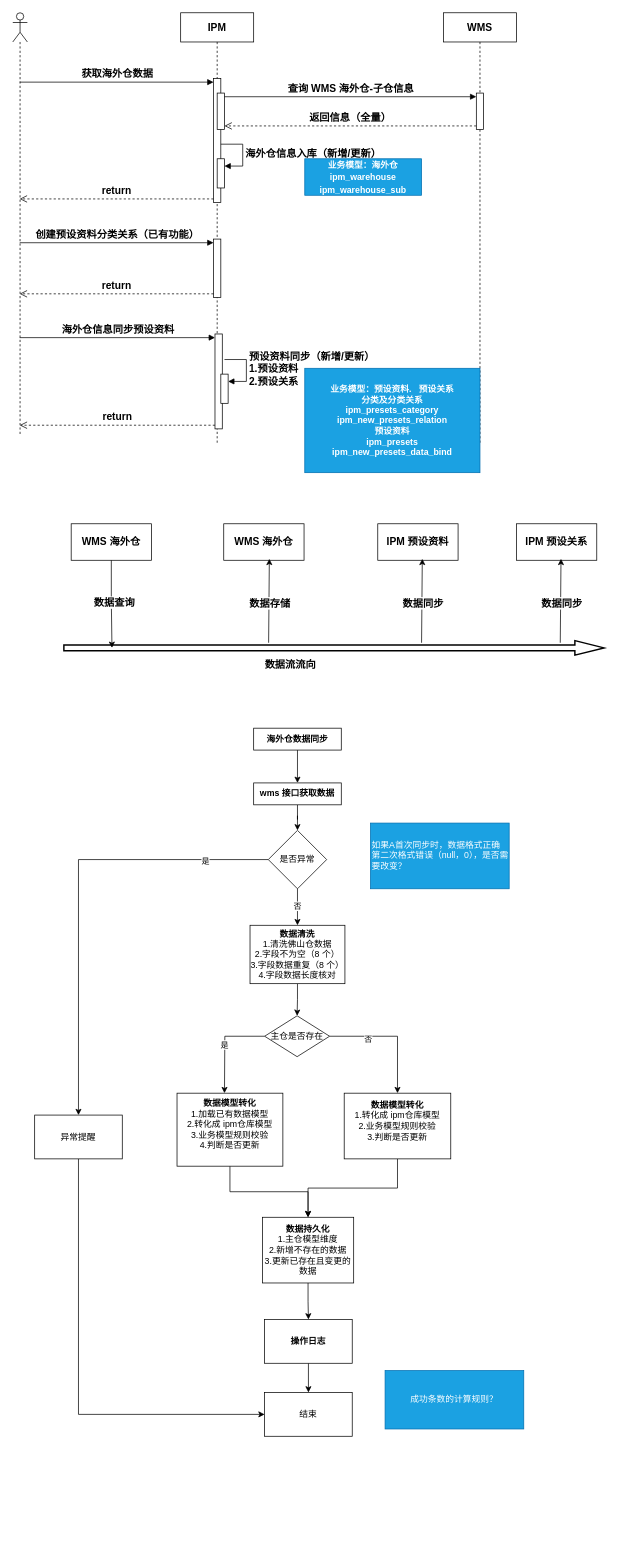
Msimplehub/abbysun keeps this draw.io diagram as shein/海外仓计划.drawio. Above is the earlier version. Source tidied: cells renumbered, new cells numbered last; positions are measured from the earlier drawing's top-left corner, leaving out a move shared by most shapes. Both pictures are drawn from the tidied source at 73%, with x=0, y=0 at pixel (12, 12).
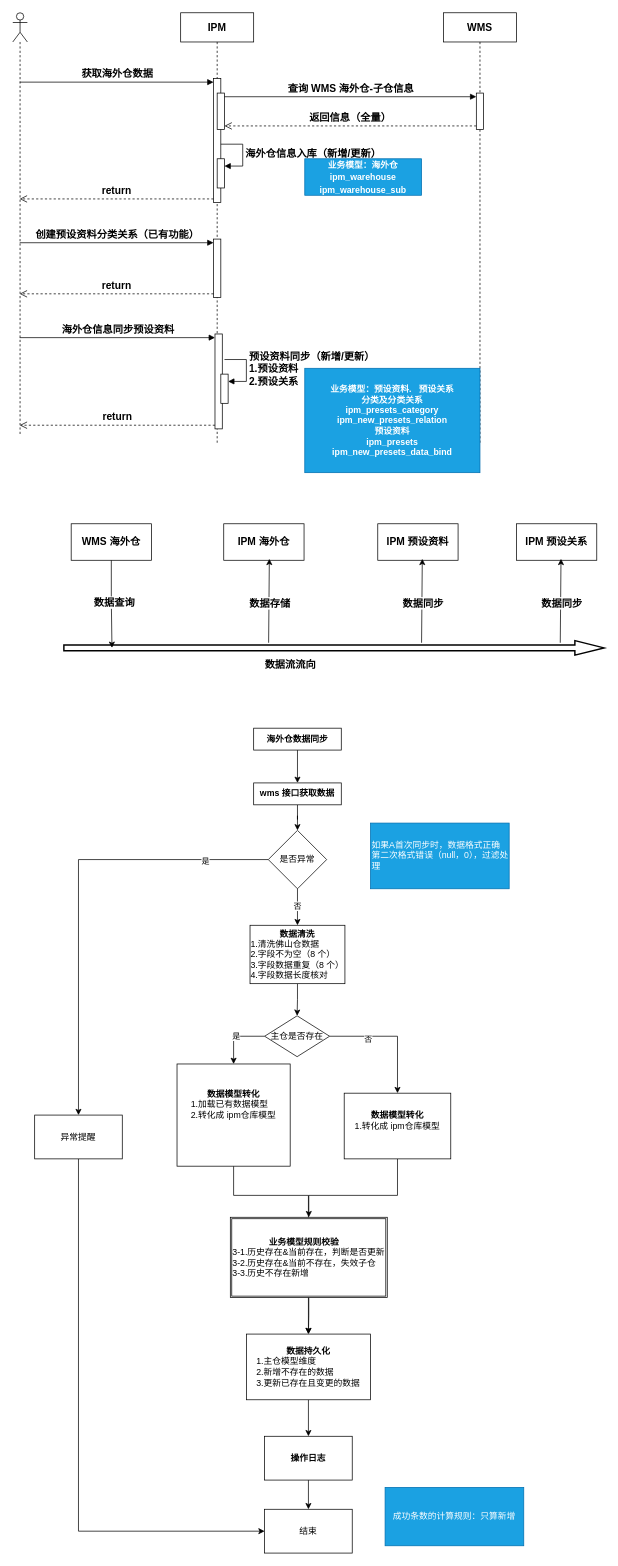
The same diagram, later.

Commit message:
更新海外仓计划.drawio

Unchanged cells that the change refers to:
```xml
<mxCell id="50" value="主仓是否存在" style="rhombus;whiteSpace=wrap;html=1;" parent="1" vertex="1">
  <mxGeometry x="345" y="1374" width="89" height="56" as="geometry" />
</mxCell>
```

Diff of the diagram source:
```diff
@@
-    <mxCell id="25" value="WMS 海外仓" style="html=1;whiteSpace=wrap;fontStyle=1;fontSize=14;" parent="1" vertex="1">
+    <mxCell id="25" value="IPM 海外仓" style="html=1;whiteSpace=wrap;fontStyle=1;fontSize=14;" parent="1" vertex="1">
       <mxGeometry x="289" y="700" width="110" height="50" as="geometry" />
     </mxCell>
@@
-    <mxCell id="43" value="&lt;b&gt;数据清洗&lt;/b&gt;&lt;div&gt;1.清洗佛山仓数据&lt;br&gt;&lt;div&gt;2.字段不为空（8 个）&lt;/div&gt;&lt;div&gt;3.字段数据重复（8 个）&lt;/div&gt;&lt;div&gt;4.字段数据长度核对&lt;/div&gt;&lt;/div&gt;" style="rounded=0;whiteSpace=wrap;html=1;" parent="1" vertex="1">
+    <mxCell id="43" value="&lt;b&gt;数据清洗&lt;/b&gt;&lt;div&gt;&lt;div style=&quot;text-align: left;&quot;&gt;&lt;span style=&quot;background-color: initial;&quot;&gt;1.清洗佛山仓数据&lt;/span&gt;&lt;/div&gt;&lt;div style=&quot;text-align: left;&quot;&gt;2.字段不为空（8 个）&lt;/div&gt;&lt;div style=&quot;text-align: left;&quot;&gt;3.字段数据重复（8 个）&lt;/div&gt;&lt;div style=&quot;text-align: left;&quot;&gt;4.字段数据长度核对&lt;/div&gt;&lt;/div&gt;" style="rounded=0;whiteSpace=wrap;html=1;" parent="1" vertex="1">
       <mxGeometry x="325" y="1250" width="130" height="80" as="geometry" />
     </mxCell>
     <mxCell id="44" style="edgeStyle=orthogonalEdgeStyle;rounded=0;jettySize=auto;html=1;exitX=0.5;exitY=1;exitDx=0;exitDy=0;" parent="1" edge="1" source="45" target="54">
-      <mxGeometry relative="1" as="geometry" />
+      <mxGeometry relative="1" as="geometry">
+        <Array as="points">
+          <mxPoint x="303" y="1620" />
+          <mxPoint x="405" y="1620" />
+        </Array>
+      </mxGeometry>
     </mxCell>
-    <mxCell id="45" value="&lt;div&gt;&lt;b&gt;数据模型转化&lt;/b&gt;&lt;/div&gt;&lt;div&gt;1.加载已有数据模型&lt;/div&gt;&lt;div&gt;2.转化成 ipm仓库模型&lt;/div&gt;&lt;div&gt;3.业务模型规则校验&lt;/div&gt;&lt;div&gt;4.判断是否更新&lt;/div&gt;&lt;div&gt;&lt;br&gt;&lt;/div&gt;" style="rounded=0;whiteSpace=wrap;html=1;" parent="1" vertex="1">
-      <mxGeometry x="225" y="1480" width="145" height="100" as="geometry" />
+    <mxCell id="45" value="&lt;div&gt;&lt;b&gt;数据模型转化&lt;/b&gt;&lt;/div&gt;&lt;div style=&quot;text-align: left;&quot;&gt;1.加载已有数据模型&lt;/div&gt;&lt;div style=&quot;text-align: left;&quot;&gt;2.转化成 ipm仓库模型&lt;/div&gt;&lt;div style=&quot;text-align: left;&quot;&gt;&lt;br&gt;&lt;/div&gt;&lt;div style=&quot;text-align: left;&quot;&gt;&lt;br&gt;&lt;/div&gt;" style="rounded=0;whiteSpace=wrap;html=1;" parent="1" vertex="1">
+      <mxGeometry x="225" y="1440" width="155" height="140" as="geometry" />
     </mxCell>
-    <mxCell id="46" style="edgeStyle=orthogonalEdgeStyle;rounded=0;jettySize=auto;html=1;exitX=0;exitY=0.5;exitDx=0;exitDy=0;" parent="1" edge="1" source="50">
-      <mxGeometry relative="1" as="geometry">
-        <mxPoint x="290" y="1480" as="targetPoint" />
-      </mxGeometry>
+    <mxCell id="46" style="edgeStyle=orthogonalEdgeStyle;rounded=0;jettySize=auto;html=1;exitX=0;exitY=0.5;exitDx=0;exitDy=0;entryX=0.5;entryY=0;entryDx=0;entryDy=0;" parent="1" edge="1" source="50" target="45">
+      <mxGeometry relative="1" as="geometry" />
     </mxCell>
@@
-    <mxCell id="51" style="edgeStyle=orthogonalEdgeStyle;rounded=0;jettySize=auto;html=1;exitX=0.5;exitY=1;exitDx=0;exitDy=0;entryX=0.5;entryY=0;entryDx=0;entryDy=0;" parent="1" edge="1" source="52" target="54">
-      <mxGeometry relative="1" as="geometry" />
+    <mxCell id="51" style="edgeStyle=orthogonalEdgeStyle;rounded=0;jettySize=auto;html=1;exitX=0.5;exitY=1;exitDx=0;exitDy=0;entryX=0.5;entryY=0;entryDx=0;entryDy=0;" parent="1" edge="1" source="52" target="68">
+      <mxGeometry relative="1" as="geometry">
+        <Array as="points">
+          <mxPoint x="527" y="1620" />
+          <mxPoint x="405" y="1620" />
+        </Array>
+      </mxGeometry>
     </mxCell>
-    <mxCell id="52" value="&lt;div&gt;&lt;b&gt;数据模型转化&lt;/b&gt;&lt;/div&gt;&lt;div&gt;1.转化成 ipm仓库模型&lt;/div&gt;&lt;div&gt;2.业务模型规则校验&lt;/div&gt;&lt;div&gt;3.判断是否更新&lt;/div&gt;&lt;div&gt;&lt;br&gt;&lt;/div&gt;" style="rounded=0;whiteSpace=wrap;html=1;" parent="1" vertex="1">
+    <mxCell id="52" value="&lt;div&gt;&lt;b&gt;数据模型转化&lt;/b&gt;&lt;/div&gt;&lt;div style=&quot;text-align: left;&quot;&gt;1.转化成 ipm仓库模型&lt;/div&gt;&lt;div style=&quot;text-align: left;&quot;&gt;&lt;br&gt;&lt;/div&gt;" style="rounded=0;whiteSpace=wrap;html=1;" parent="1" vertex="1">
       <mxGeometry x="454" y="1480" width="146" height="90" as="geometry" />
     </mxCell>
@@
-    <mxCell id="54" value="&lt;b&gt;数据持久化&lt;/b&gt;&lt;div&gt;1.主仓模型维度&lt;/div&gt;&lt;div&gt;2.新增不存在的数据&lt;/div&gt;&lt;div&gt;3.更新已存在且变更的数据&lt;/div&gt;" style="rounded=0;whiteSpace=wrap;html=1;" parent="1" vertex="1">
-      <mxGeometry x="342" y="1650" width="125" height="90" as="geometry" />
+    <mxCell id="54" value="&lt;b&gt;数据持久化&lt;/b&gt;&lt;div style=&quot;text-align: left;&quot;&gt;1.主仓模型维度&lt;/div&gt;&lt;div style=&quot;text-align: left;&quot;&gt;2.新增不存在的数据&lt;/div&gt;&lt;div style=&quot;text-align: left;&quot;&gt;3.更新已存在且变更的数据&lt;/div&gt;" style="rounded=0;whiteSpace=wrap;html=1;" parent="1" vertex="1">
+      <mxGeometry x="320" y="1810" width="170" height="90" as="geometry" />
     </mxCell>
-    <mxCell id="55" value="如果A首次同步时，数据格式正确&lt;div&gt;第二次格式错误（null，0），是否需要改变？&lt;/div&gt;" style="rounded=0;whiteSpace=wrap;html=1;fillColor=#1ba1e2;fontColor=#ffffff;strokeColor=#006EAF;align=left;" parent="1" vertex="1">
+    <mxCell id="55" value="如果A首次同步时，数据格式正确&lt;div&gt;第二次格式错误（null，0），过滤处理&lt;/div&gt;" style="rounded=0;whiteSpace=wrap;html=1;fillColor=#1ba1e2;fontColor=#ffffff;strokeColor=#006EAF;align=left;" parent="1" vertex="1">
       <mxGeometry x="490" y="1110" width="190" height="90" as="geometry" />
     </mxCell>
@@
     <mxCell id="64" value="&lt;b&gt;操作日志&lt;/b&gt;" style="rounded=0;whiteSpace=wrap;html=1;" parent="1" vertex="1">
-      <mxGeometry x="345" y="1790" width="120" height="60" as="geometry" />
+      <mxGeometry x="345" y="1950" width="120" height="60" as="geometry" />
     </mxCell>
     <mxCell id="65" value="结束" style="rounded=0;whiteSpace=wrap;html=1;" parent="1" vertex="1">
-      <mxGeometry x="345" y="1890" width="120" height="60" as="geometry" />
+      <mxGeometry x="345" y="2050" width="120" height="60" as="geometry" />
     </mxCell>
-    <mxCell id="66" value="成功条数的计算规则？" style="rounded=0;whiteSpace=wrap;html=1;fillColor=#1ba1e2;fontColor=#ffffff;strokeColor=#006EAF;" parent="1" vertex="1">
-      <mxGeometry x="510" y="1860" width="190" height="80" as="geometry" />
+    <mxCell id="66" value="成功条数的计算规则：只算新增" style="rounded=0;whiteSpace=wrap;html=1;fillColor=#1ba1e2;fontColor=#ffffff;strokeColor=#006EAF;" parent="1" vertex="1">
+      <mxGeometry x="510" y="2020" width="190" height="80" as="geometry" />
     </mxCell>
+    <mxCell id="67" style="edgeStyle=orthogonalEdgeStyle;rounded=0;jettySize=auto;html=1;" parent="1" edge="1" source="68" target="54">
+      <mxGeometry relative="1" as="geometry" />
+    </mxCell>
+    <mxCell id="68" value="&lt;div style=&quot;text-align: left;&quot;&gt;&lt;b&gt;&amp;nbsp; &amp;nbsp; &amp;nbsp; &amp;nbsp; &amp;nbsp; &amp;nbsp; &amp;nbsp; &amp;nbsp;业务模型规则校验&lt;/b&gt;&lt;/div&gt;&lt;div style=&quot;text-align: left;&quot;&gt;3-1.历史存在&amp;amp;当前存在，判断是否更新&lt;/div&gt;&lt;div style=&quot;text-align: left;&quot;&gt;3-2.历史存在&amp;amp;当前不存在，失效子仓&lt;/div&gt;&lt;div style=&quot;text-align: left;&quot;&gt;3-3.历史不存在新增&lt;/div&gt;" style="shape=ext;double=1;rounded=0;whiteSpace=wrap;html=1;" parent="1" vertex="1">
+      <mxGeometry x="298" y="1650" width="215" height="110" as="geometry" />
+    </mxCell>
```
